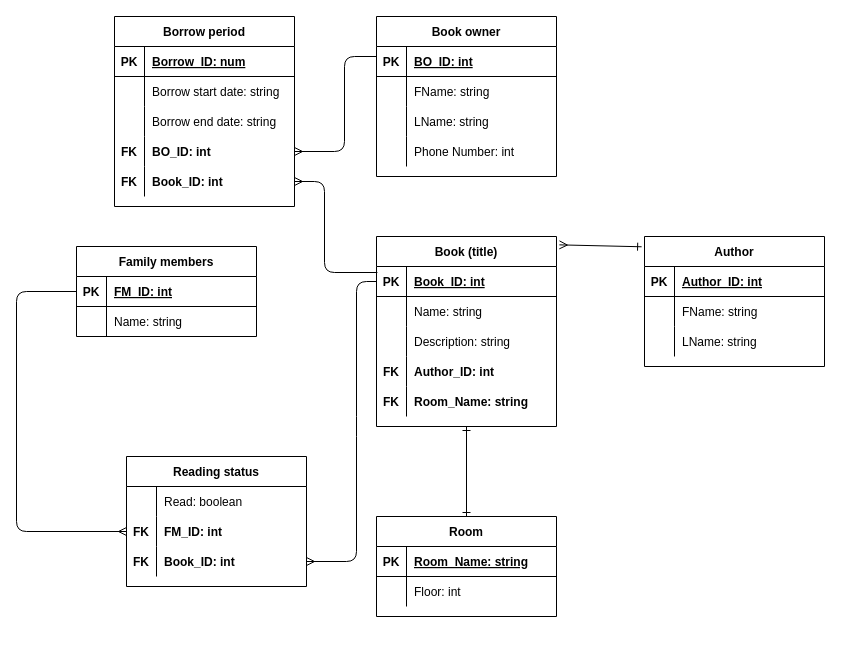
The draw.io diagram page "Step 4 - Norm." (4 of 4) of exercise1.drawio in KateKatze/07.03_SQL, before the edit. Source tidied: cells renumbered, new cells numbered last; positions are measured from the earlier drawing's top-left corner, leaving out a move shared by most shapes. Both pictures are drawn from the tidied source at 100%, with x=0, y=0 at pixel (16, 16).
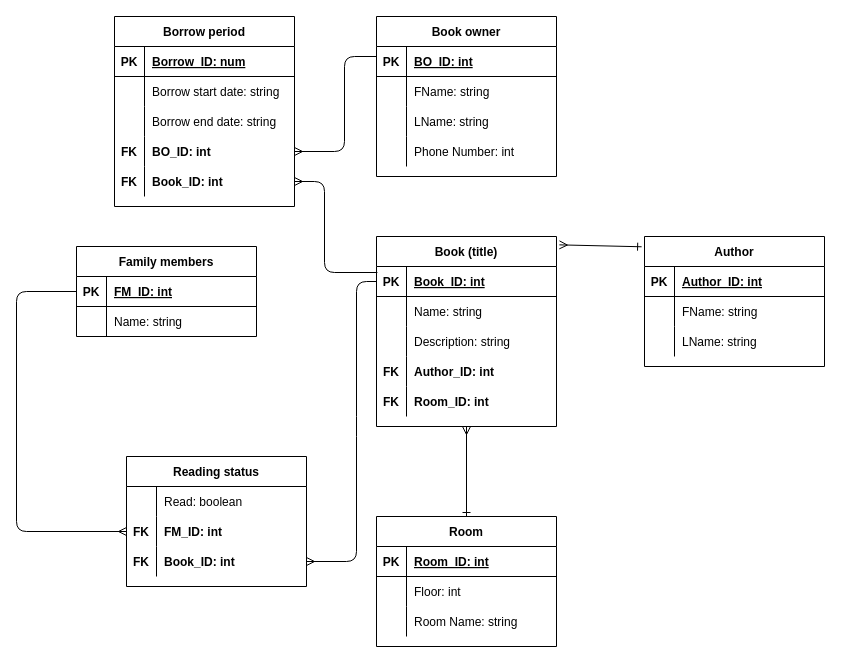
The same page after the edit.

Unchanged cells that the change refers to:
```xml
<mxCell id="2" value="Book (title)" style="shape=table;startSize=30;childLayout=tableLayout;rowLines=0;fontStyle=1;align=center;" parent="1" vertex="1">
  <mxGeometry x="360" y="220" width="180" height="190" as="geometry" />
</mxCell>
<mxCell id="15" style="shape=partialRectangle;fillColor=none;top=0;left=0;bottom=0;right=0;" parent="2" vertex="1">
  <mxGeometry y="150" width="180" height="30" as="geometry" />
</mxCell>
<mxCell id="65" style="shape=partialRectangle;fillColor=none;top=0;left=0;bottom=1;right=0;" parent="64" vertex="1">
  <mxGeometry y="30" width="180" height="30" as="geometry" />
</mxCell>
```

Diff of the diagram source:
```diff
@@
-    <mxCell id="17" value="Room_Name: string" style="shape=partialRectangle;fillColor=none;top=0;left=0;bottom=0;right=0;align=left;spacingLeft=6;overflow=hidden;fontStyle=1;" parent="15" vertex="1">
+    <mxCell id="17" value="Room_ID: int" style="shape=partialRectangle;fillColor=none;top=0;left=0;bottom=0;right=0;align=left;spacingLeft=6;overflow=hidden;fontStyle=1;" parent="15" vertex="1">
       <mxGeometry x="30" width="150" height="30" as="geometry" />
     </mxCell>
@@
-    <mxCell id="63" style="edgeStyle=none;html=1;startArrow=ERone;startFill=0;endArrow=ERone;endFill=0;entryX=0.5;entryY=1;entryDx=0;entryDy=0;" parent="1" edge="1" source="64" target="2">
+    <mxCell id="63" style="edgeStyle=none;html=1;startArrow=ERone;startFill=0;endArrow=ERmany;endFill=0;entryX=0.5;entryY=1;entryDx=0;entryDy=0;" parent="1" edge="1" source="64" target="2">
       <mxGeometry relative="1" as="geometry" />
     </mxCell>
     <mxCell id="64" value="Room" style="shape=table;startSize=30;childLayout=tableLayout;rowLines=0;fontStyle=1;align=center;" parent="1" vertex="1">
-      <mxGeometry x="360" y="500" width="180" height="100" as="geometry" />
+      <mxGeometry x="360" y="500" width="180" height="130" as="geometry" />
     </mxCell>
@@
-    <mxCell id="67" value="Room_Name: string" style="shape=partialRectangle;fillColor=none;top=0;left=0;bottom=0;right=0;align=left;spacingLeft=6;fontStyle=5;overflow=hidden;" parent="65" vertex="1">
+    <mxCell id="67" value="Room_ID: int" style="shape=partialRectangle;fillColor=none;top=0;left=0;bottom=0;right=0;align=left;spacingLeft=6;fontStyle=5;overflow=hidden;" parent="65" vertex="1">
       <mxGeometry x="30" width="150" height="30" as="geometry" />
     </mxCell>
@@
+    <mxCell id="87" style="shape=partialRectangle;fillColor=none;top=0;left=0;bottom=0;right=0;" parent="64" vertex="1">
+      <mxGeometry y="90" width="180" height="30" as="geometry" />
+    </mxCell>
+    <mxCell id="88" style="shape=partialRectangle;fillColor=none;top=0;left=0;bottom=0;right=0;overflow=hidden;" parent="87" vertex="1">
+      <mxGeometry width="30" height="30" as="geometry" />
+    </mxCell>
+    <mxCell id="89" value="Room Name: string" style="shape=partialRectangle;fillColor=none;top=0;left=0;bottom=0;right=0;align=left;spacingLeft=6;overflow=hidden;" parent="87" vertex="1">
+      <mxGeometry x="30" width="150" height="30" as="geometry" />
+    </mxCell>
```
